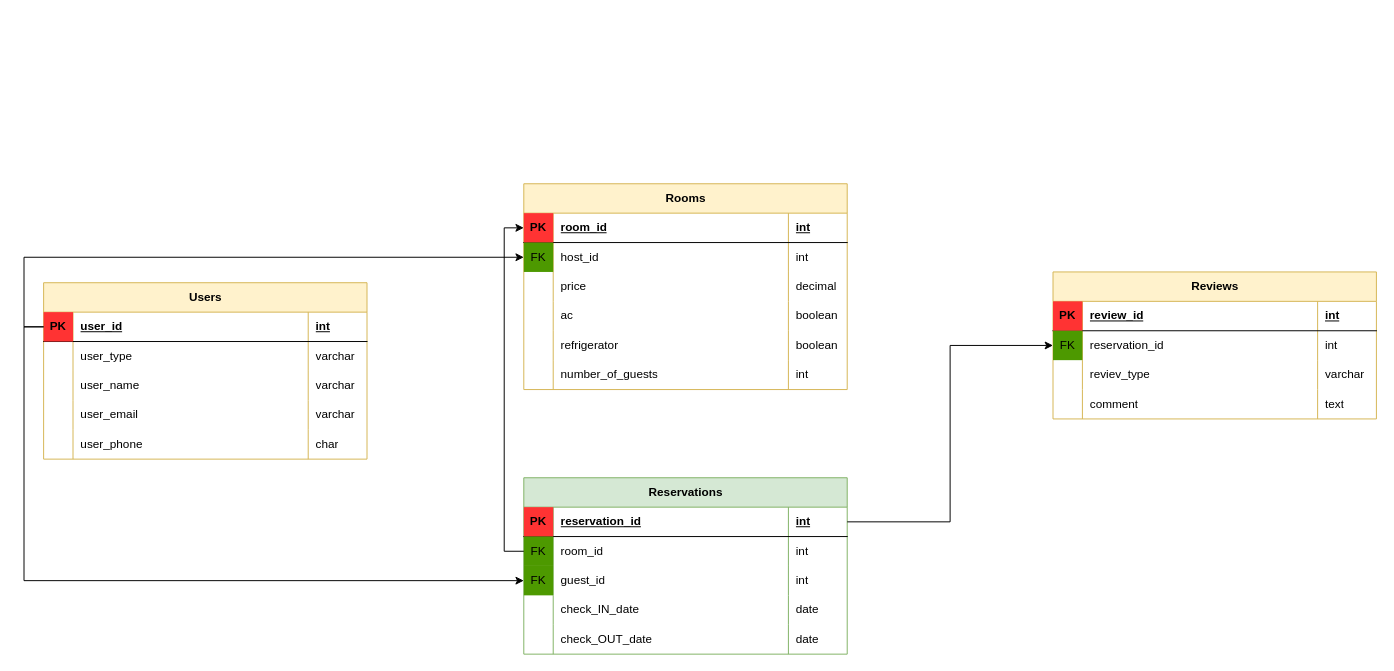
Above: airbnb_diagram.drawio in Olha-Zhernosek/projector_homeworks (draw.io), before the change. Source tidied: cells renumbered, new cells numbered last; positions are measured from the earlier drawing's top-left corner, leaving out a move shared by most shapes. Both pictures are drawn from the tidied source at 98%, with x=0, y=0 at pixel (43, 183).
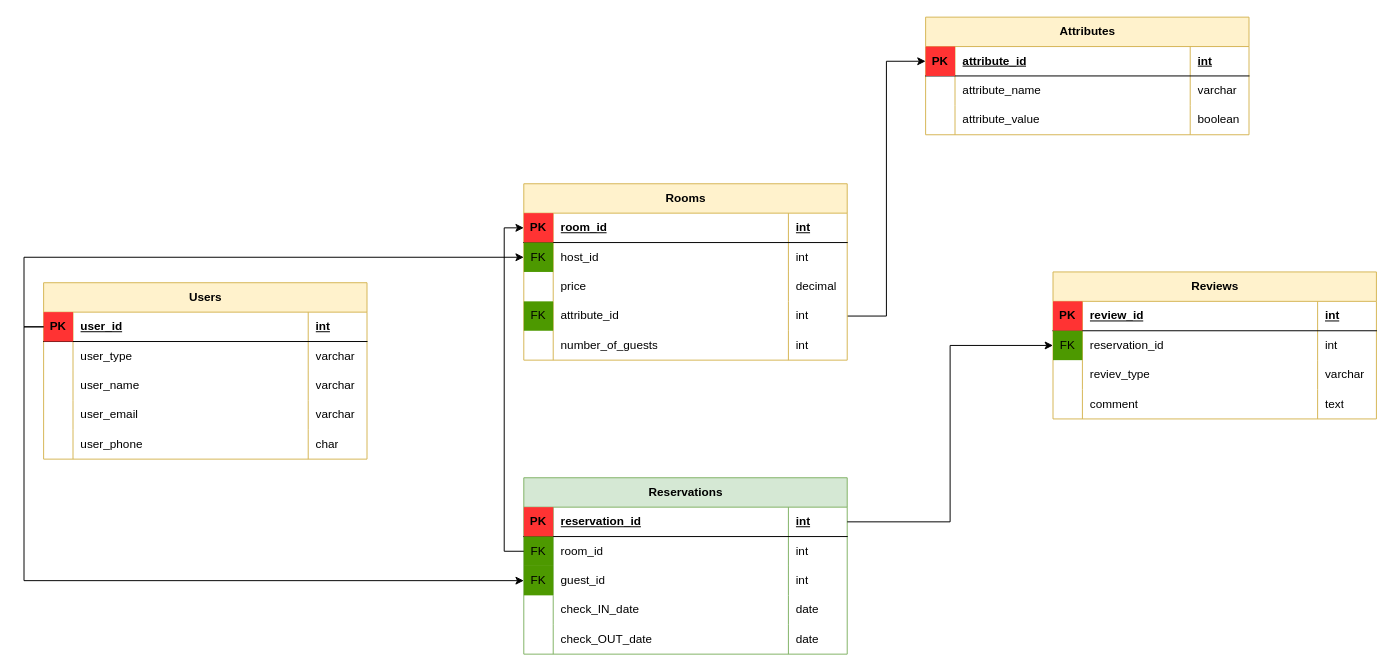
The same diagram, later.

The edit, as a diff of the source:
```diff
@@
+    <mxCell id="90" style="edgeStyle=orthogonalEdgeStyle;rounded=0;jettySize=auto;html=1;exitX=1;exitY=0.75;exitDx=0;exitDy=0;entryX=0;entryY=0.5;entryDx=0;entryDy=0;" parent="1" edge="1" source="61" target="92">
+      <mxGeometry relative="1" as="geometry" />
+    </mxCell>
     <mxCell id="61" value="Rooms" style="shape=table;startSize=30;childLayout=tableLayout;rowLines=0;fontStyle=1;align=center;html=1;fillColor=#fff2cc;strokeColor=#d6b656;" parent="1" vertex="1">
-      <mxGeometry x="490" width="330" height="210" as="geometry" />
+      <mxGeometry x="490" width="330" height="180" as="geometry" />
     </mxCell>
@@
-    <mxCell id="74" style="shape=tableRow;horizontal=0;startSize=0;swimlaneHead=0;swimlaneBody=0;fillColor=none;top=0;left=0;right=0;bottom=0;" parent="61" vertex="1">
-      <mxGeometry y="120" width="330" height="30" as="geometry" />
-    </mxCell>
-    <mxCell id="75" style="shape=partialRectangle;fillColor=none;top=0;left=0;bottom=0;right=0;overflow=hidden;whiteSpace=wrap;html=1;" parent="74" vertex="1">
-      <mxGeometry width="30" height="30" as="geometry" />
-    </mxCell>
-    <mxCell id="76" value="ac" style="shape=partialRectangle;fillColor=none;top=0;left=0;bottom=0;right=0;align=left;spacingLeft=6;overflow=hidden;whiteSpace=wrap;html=1;" parent="74" vertex="1">
-      <mxGeometry x="30" width="240" height="30" as="geometry" />
-    </mxCell>
-    <mxCell id="77" value="boolean" style="shape=partialRectangle;fillColor=none;top=0;left=0;bottom=0;right=0;align=left;spacingLeft=6;overflow=hidden;whiteSpace=wrap;html=1;" parent="74" vertex="1">
-      <mxGeometry x="270" width="60" height="30" as="geometry" />
-    </mxCell>
     <mxCell id="78" style="shape=tableRow;horizontal=0;startSize=0;swimlaneHead=0;swimlaneBody=0;fillColor=none;top=0;left=0;right=0;bottom=0;" parent="61" vertex="1">
-      <mxGeometry y="150" width="330" height="30" as="geometry" />
+      <mxGeometry y="120" width="330" height="30" as="geometry" />
     </mxCell>
-    <mxCell id="79" style="shape=partialRectangle;fillColor=none;top=0;left=0;bottom=0;right=0;overflow=hidden;whiteSpace=wrap;html=1;" parent="78" vertex="1">
+    <mxCell id="79" value="FK" style="shape=partialRectangle;fillColor=#4D9900;top=0;left=0;bottom=0;right=0;overflow=hidden;whiteSpace=wrap;html=1;" parent="78" vertex="1">
       <mxGeometry width="30" height="30" as="geometry" />
     </mxCell>
-    <mxCell id="80" value="refrigerator" style="shape=partialRectangle;fillColor=none;top=0;left=0;bottom=0;right=0;align=left;spacingLeft=6;overflow=hidden;whiteSpace=wrap;html=1;" parent="78" vertex="1">
+    <mxCell id="80" value="attribute_id" style="shape=partialRectangle;fillColor=none;top=0;left=0;bottom=0;right=0;align=left;spacingLeft=6;overflow=hidden;whiteSpace=wrap;html=1;" parent="78" vertex="1">
       <mxGeometry x="30" width="240" height="30" as="geometry" />
     </mxCell>
-    <mxCell id="81" value="boolean" style="shape=partialRectangle;fillColor=none;top=0;left=0;bottom=0;right=0;align=left;spacingLeft=6;overflow=hidden;whiteSpace=wrap;html=1;" parent="78" vertex="1">
+    <mxCell id="81" value="int" style="shape=partialRectangle;fillColor=none;top=0;left=0;bottom=0;right=0;align=left;spacingLeft=6;overflow=hidden;whiteSpace=wrap;html=1;" parent="78" vertex="1">
       <mxGeometry x="270" width="60" height="30" as="geometry" />
     </mxCell>
     <mxCell id="82" style="shape=tableRow;horizontal=0;startSize=0;swimlaneHead=0;swimlaneBody=0;fillColor=none;top=0;left=0;right=0;bottom=0;" parent="61" vertex="1">
-      <mxGeometry y="180" width="330" height="30" as="geometry" />
+      <mxGeometry y="150" width="330" height="30" as="geometry" />
     </mxCell>
@@
+    <mxCell id="91" value="Attributes" style="shape=table;startSize=30;childLayout=tableLayout;rowLines=0;fontStyle=1;align=center;html=1;fillColor=#fff2cc;strokeColor=#d6b656;" parent="1" vertex="1">
+      <mxGeometry x="900" y="-170" width="330" height="120" as="geometry" />
+    </mxCell>
+    <mxCell id="92" style="shape=tableRow;horizontal=0;startSize=0;swimlaneHead=0;swimlaneBody=0;fillColor=none;points=[[0,0.5],[1,0.5]];portConstraint=eastwest;top=0;left=0;right=0;bottom=1;" parent="91" vertex="1">
+      <mxGeometry y="30" width="330" height="30" as="geometry" />
+    </mxCell>
+    <mxCell id="93" value="PK" style="shape=partialRectangle;fillColor=#FF3333;top=0;left=0;bottom=0;right=0;fontStyle=1;overflow=hidden;whiteSpace=wrap;html=1;" parent="92" vertex="1">
+      <mxGeometry width="30" height="30" as="geometry" />
+    </mxCell>
+    <mxCell id="94" value="attribute_id" style="shape=partialRectangle;fillColor=none;top=0;left=0;bottom=0;right=0;align=left;spacingLeft=6;fontStyle=5;overflow=hidden;whiteSpace=wrap;html=1;" parent="92" vertex="1">
+      <mxGeometry x="30" width="240" height="30" as="geometry" />
+    </mxCell>
+    <mxCell id="95" value="int" style="shape=partialRectangle;fillColor=none;top=0;left=0;bottom=0;right=0;align=left;spacingLeft=6;fontStyle=5;overflow=hidden;whiteSpace=wrap;html=1;" parent="92" vertex="1">
+      <mxGeometry x="270" width="60" height="30" as="geometry" />
+    </mxCell>
+    <mxCell id="96" style="shape=tableRow;horizontal=0;startSize=0;swimlaneHead=0;swimlaneBody=0;fillColor=none;top=0;left=0;right=0;bottom=0;" parent="91" vertex="1">
+      <mxGeometry y="60" width="330" height="30" as="geometry" />
+    </mxCell>
+    <mxCell id="97" style="shape=partialRectangle;fillColor=none;top=0;left=0;bottom=0;right=0;overflow=hidden;whiteSpace=wrap;html=1;" parent="96" vertex="1">
+      <mxGeometry width="30" height="30" as="geometry" />
+    </mxCell>
+    <mxCell id="98" value="attribute_name" style="shape=partialRectangle;fillColor=none;top=0;left=0;bottom=0;right=0;align=left;spacingLeft=6;overflow=hidden;whiteSpace=wrap;html=1;" parent="96" vertex="1">
+      <mxGeometry x="30" width="240" height="30" as="geometry" />
+    </mxCell>
+    <mxCell id="99" value="varchar" style="shape=partialRectangle;fillColor=none;top=0;left=0;bottom=0;right=0;align=left;spacingLeft=6;overflow=hidden;whiteSpace=wrap;html=1;" parent="96" vertex="1">
+      <mxGeometry x="270" width="60" height="30" as="geometry" />
+    </mxCell>
+    <mxCell id="100" style="shape=tableRow;horizontal=0;startSize=0;swimlaneHead=0;swimlaneBody=0;fillColor=none;top=0;left=0;right=0;bottom=0;" parent="91" vertex="1">
+      <mxGeometry y="90" width="330" height="30" as="geometry" />
+    </mxCell>
+    <mxCell id="101" style="shape=partialRectangle;fillColor=none;top=0;left=0;bottom=0;right=0;overflow=hidden;whiteSpace=wrap;html=1;" parent="100" vertex="1">
+      <mxGeometry width="30" height="30" as="geometry" />
+    </mxCell>
+    <mxCell id="102" value="attribute_value" style="shape=partialRectangle;fillColor=none;top=0;left=0;bottom=0;right=0;align=left;spacingLeft=6;overflow=hidden;whiteSpace=wrap;html=1;" parent="100" vertex="1">
+      <mxGeometry x="30" width="240" height="30" as="geometry" />
+    </mxCell>
+    <mxCell id="77" value="boolean" style="shape=partialRectangle;fillColor=none;top=0;left=0;bottom=0;right=0;align=left;spacingLeft=6;overflow=hidden;whiteSpace=wrap;html=1;" parent="100" vertex="1">
+      <mxGeometry x="270" width="60" height="30" as="geometry" />
+    </mxCell>
```
